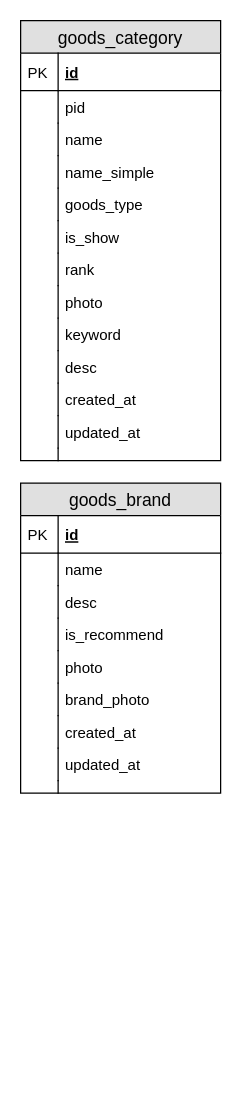
Earlier version of the draw.io diagram 个人开源电商/littlemall_serivce_sql.drawio (wurh/myDesignDoc). Source tidied: cells renumbered, new cells numbered last; positions are measured from the earlier drawing's top-left corner, leaving out a move shared by most shapes. Both pictures are drawn from the tidied source at 125%, with x=0, y=0 at pixel (20, 20).
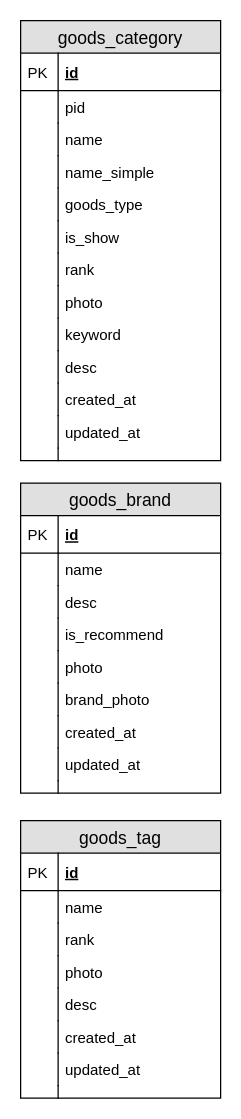
After the change.

Diff of the diagram source:
```diff
@@
+    <mxCell id="48" value="goods_tag" style="swimlane;fontStyle=0;horizontal=1;startSize=26;fillColor=#e0e0e0;swimlaneFillColor=#ffffff;align=center;fontSize=14;" parent="1" vertex="1">
+      <mxGeometry y="640" width="160" height="222" as="geometry" />
+    </mxCell>
+    <mxCell id="49" value="id" style="shape=partialRectangle;top=0;left=0;right=0;bottom=1;align=left;verticalAlign=middle;fillColor=none;spacingLeft=34;spacingRight=4;overflow=hidden;fontStyle=5;fontSize=12;" parent="48" vertex="1">
+      <mxGeometry y="26" width="160" height="30" as="geometry" />
+    </mxCell>
+    <mxCell id="50" value="PK" style="shape=partialRectangle;top=0;left=0;bottom=0;fillColor=none;align=left;verticalAlign=middle;spacingLeft=4;spacingRight=4;overflow=hidden;fontSize=12;" parent="49" vertex="1">
+      <mxGeometry width="30" height="30" as="geometry" />
+    </mxCell>
+    <mxCell id="51" value="name" style="shape=partialRectangle;top=0;left=0;right=0;bottom=0;align=left;verticalAlign=top;fillColor=none;spacingLeft=34;spacingRight=4;overflow=hidden;fontSize=12;" parent="48" vertex="1">
+      <mxGeometry y="56" width="160" height="26" as="geometry" />
+    </mxCell>
+    <mxCell id="52" style="shape=partialRectangle;top=0;left=0;bottom=0;fillColor=none;align=left;verticalAlign=top;spacingLeft=4;spacingRight=4;overflow=hidden;fontSize=12;" parent="51" vertex="1">
+      <mxGeometry width="30" height="26" as="geometry" />
+    </mxCell>
+    <mxCell id="53" value="rank" style="shape=partialRectangle;top=0;left=0;right=0;bottom=0;align=left;verticalAlign=top;fillColor=none;spacingLeft=34;spacingRight=4;overflow=hidden;fontSize=12;" parent="48" vertex="1">
+      <mxGeometry y="82" width="160" height="26" as="geometry" />
+    </mxCell>
+    <mxCell id="54" style="shape=partialRectangle;top=0;left=0;bottom=0;fillColor=none;align=left;verticalAlign=top;spacingLeft=4;spacingRight=4;overflow=hidden;fontSize=12;" parent="53" vertex="1">
+      <mxGeometry width="30" height="26" as="geometry" />
+    </mxCell>
+    <mxCell id="55" value="photo" style="shape=partialRectangle;top=0;left=0;right=0;bottom=0;align=left;verticalAlign=top;fillColor=none;spacingLeft=34;spacingRight=4;overflow=hidden;fontSize=12;" parent="48" vertex="1">
+      <mxGeometry y="108" width="160" height="26" as="geometry" />
+    </mxCell>
+    <mxCell id="56" style="shape=partialRectangle;top=0;left=0;bottom=0;fillColor=none;align=left;verticalAlign=top;spacingLeft=4;spacingRight=4;overflow=hidden;fontSize=12;" parent="55" vertex="1">
+      <mxGeometry width="30" height="26" as="geometry" />
+    </mxCell>
+    <mxCell id="57" value="desc" style="shape=partialRectangle;top=0;left=0;right=0;bottom=0;align=left;verticalAlign=top;fillColor=none;spacingLeft=34;spacingRight=4;overflow=hidden;fontSize=12;" parent="48" vertex="1">
+      <mxGeometry y="134" width="160" height="26" as="geometry" />
+    </mxCell>
+    <mxCell id="58" style="shape=partialRectangle;top=0;left=0;bottom=0;fillColor=none;align=left;verticalAlign=top;spacingLeft=4;spacingRight=4;overflow=hidden;fontSize=12;" parent="57" vertex="1">
+      <mxGeometry width="30" height="26" as="geometry" />
+    </mxCell>
+    <mxCell id="59" value="created_at" style="shape=partialRectangle;top=0;left=0;right=0;bottom=0;align=left;verticalAlign=top;fillColor=none;spacingLeft=34;spacingRight=4;overflow=hidden;fontSize=12;" parent="48" vertex="1">
+      <mxGeometry y="160" width="160" height="26" as="geometry" />
+    </mxCell>
+    <mxCell id="60" style="shape=partialRectangle;top=0;left=0;bottom=0;fillColor=none;align=left;verticalAlign=top;spacingLeft=4;spacingRight=4;overflow=hidden;fontSize=12;" parent="59" vertex="1">
+      <mxGeometry width="30" height="26" as="geometry" />
+    </mxCell>
+    <mxCell id="61" value="updated_at" style="shape=partialRectangle;top=0;left=0;right=0;bottom=0;align=left;verticalAlign=top;fillColor=none;spacingLeft=34;spacingRight=4;overflow=hidden;fontSize=12;" parent="48" vertex="1">
+      <mxGeometry y="186" width="160" height="26" as="geometry" />
+    </mxCell>
+    <mxCell id="62" style="shape=partialRectangle;top=0;left=0;bottom=0;fillColor=none;align=left;verticalAlign=top;spacingLeft=4;spacingRight=4;overflow=hidden;fontSize=12;" parent="61" vertex="1">
+      <mxGeometry width="30" height="26" as="geometry" />
+    </mxCell>
+    <mxCell id="63" style="shape=partialRectangle;top=0;left=0;right=0;bottom=0;align=left;verticalAlign=top;fillColor=none;spacingLeft=34;spacingRight=4;overflow=hidden;fontSize=12;" parent="48" vertex="1">
+      <mxGeometry y="212" width="160" height="10" as="geometry" />
+    </mxCell>
+    <mxCell id="64" style="shape=partialRectangle;top=0;left=0;bottom=0;fillColor=none;align=left;verticalAlign=top;spacingLeft=4;spacingRight=4;overflow=hidden;fontSize=12;" parent="63" vertex="1">
+      <mxGeometry width="30" height="10" as="geometry" />
+    </mxCell>
```
